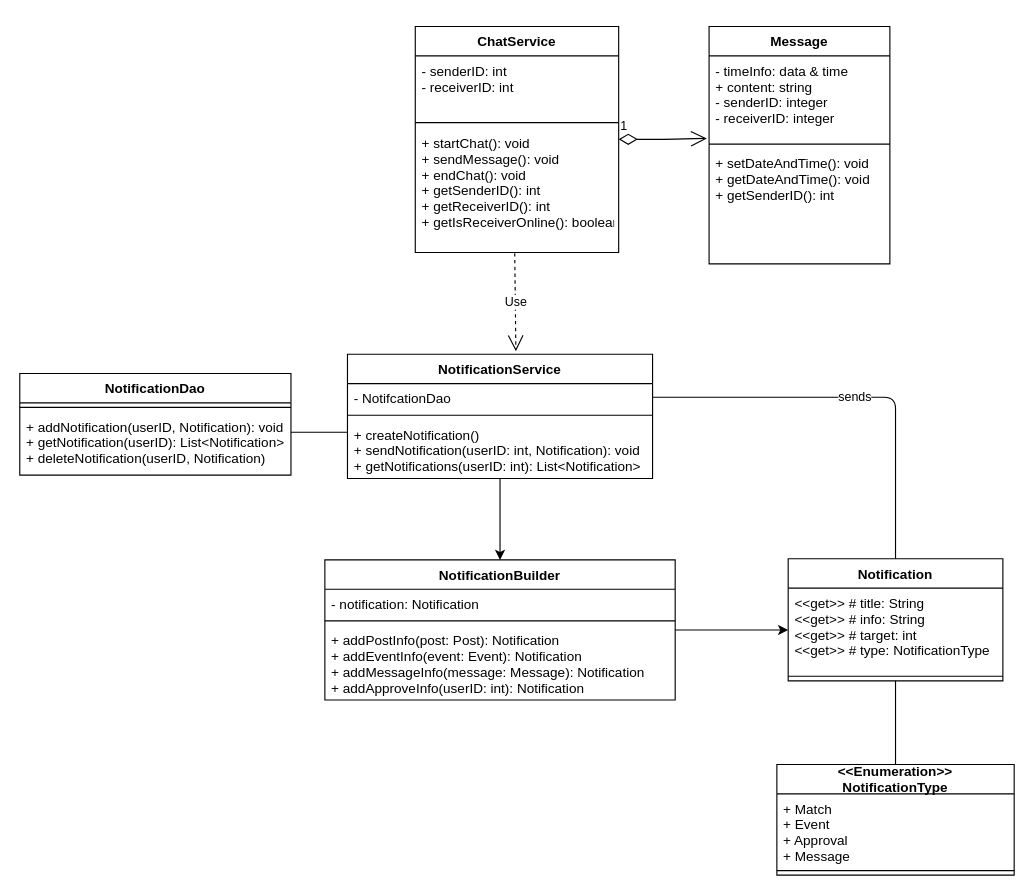
Above: page "Class Diagram" (1 of 4) of Chat_Notifications.drawio in muhmagdy/Bloodify (draw.io), before the change. Source tidied: cells renumbered, new cells numbered last; positions are measured from the earlier drawing's top-left corner, leaving out a move shared by most shapes. Both pictures are drawn from the tidied source at 113%, with x=0, y=0 at pixel (19, 26).
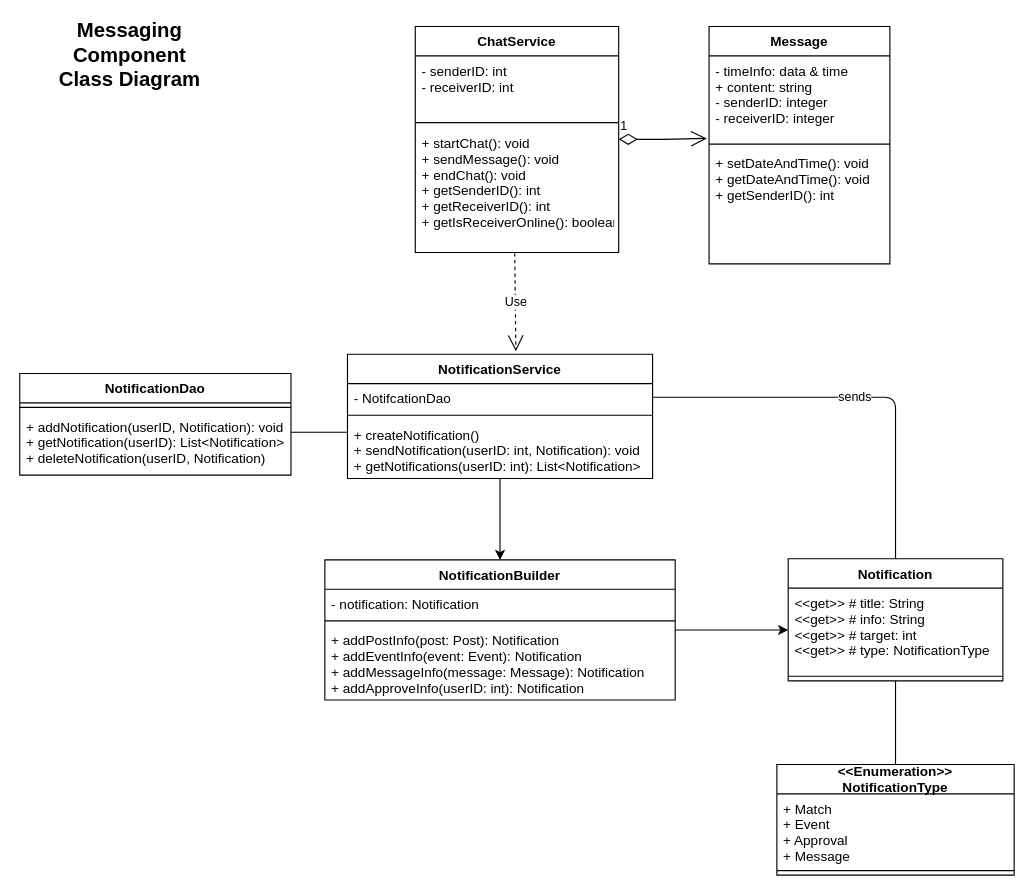
The same diagram, later.

Change to the diagram source:
```diff
@@
+    <mxCell id="35" value="Messaging Component &lt;br style=&quot;font-size: 18px;&quot;&gt;Class Diagram" style="text;html=1;strokeColor=none;fillColor=none;align=center;verticalAlign=middle;whiteSpace=wrap;rounded=0;fontStyle=1;fontSize=18;" parent="1" vertex="1">
+      <mxGeometry width="195" height="52" as="geometry" />
+    </mxCell>
```
